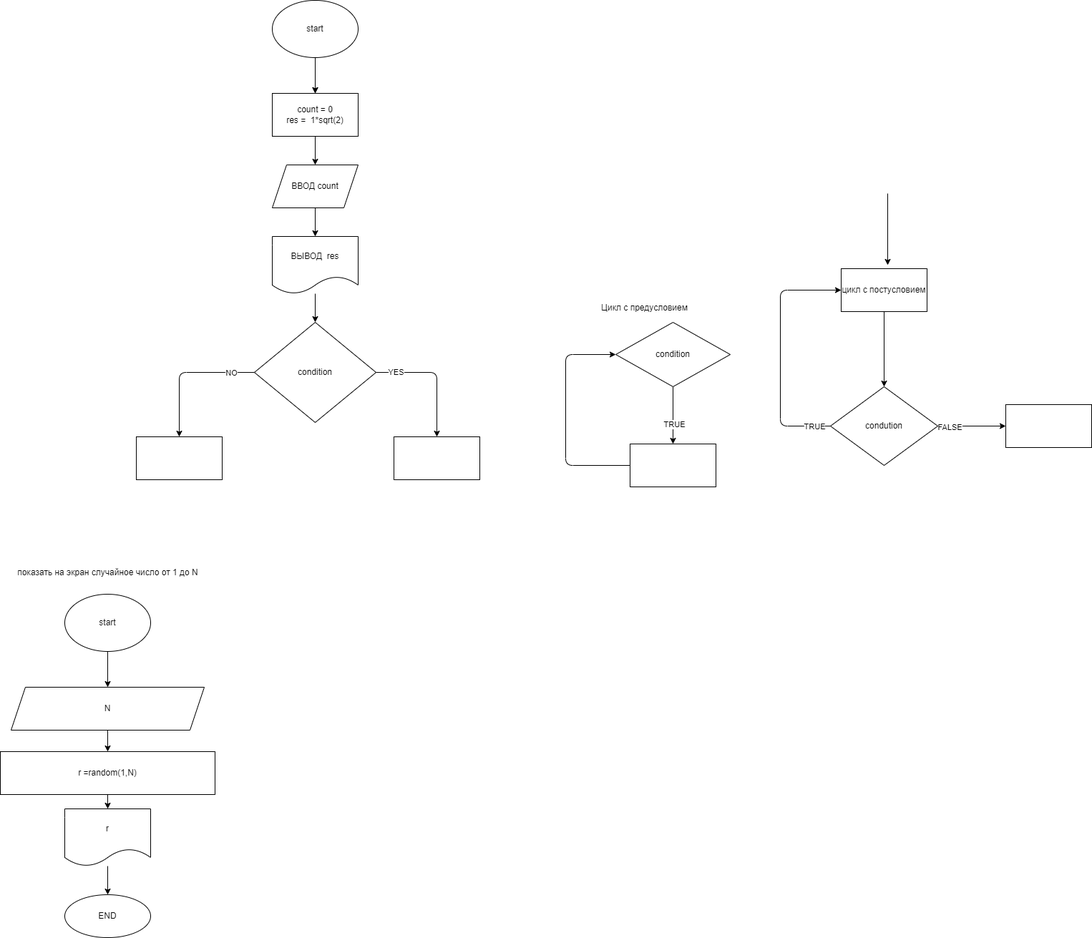
Before: practice_temp/ex001.drawio.png, a diagram exported from draw.io (Gulshat87/c-_practice). Source tidied: cells renumbered, new cells last; positions are measured from the earlier drawing's top-left corner, leaving out a move shared by most shapes.
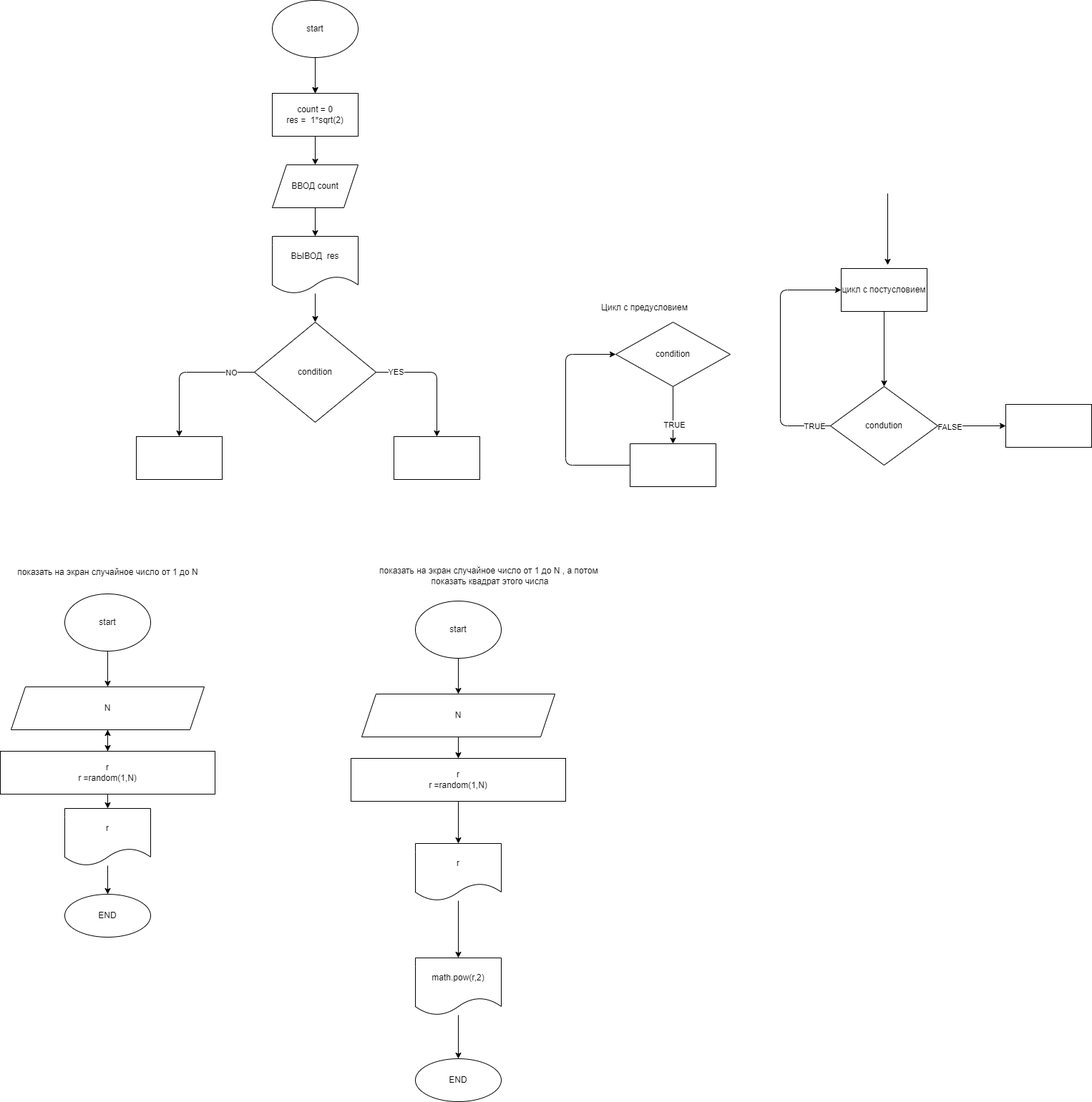
The same file after the commit.

Diff of the diagram source:
```diff
@@ -136,7 +136,10 @@
     <mxCell id="38" style="edgeStyle=none;html=1;" parent="1" edge="1" source="39" target="41">
       <mxGeometry relative="1" as="geometry" />
     </mxCell>
+    <mxCell id="43" style="edgeStyle=none;html=1;" parent="1" edge="1" source="39" target="37">
+      <mxGeometry relative="1" as="geometry" />
+    </mxCell>
-    <mxCell id="39" value="r =random(1,N)" style="whiteSpace=wrap;html=1;" parent="1" vertex="1">
+    <mxCell id="39" value="r&lt;br&gt;r =random(1,N)" style="whiteSpace=wrap;html=1;" parent="1" vertex="1">
       <mxGeometry y="1050" width="300" height="60" as="geometry" />
     </mxCell>
     <mxCell id="40" style="edgeStyle=none;html=1;" parent="1" edge="1" source="41" target="42">
@@ -148,5 +151,43 @@
     <mxCell id="42" value="END" style="ellipse;whiteSpace=wrap;html=1;" parent="1" vertex="1">
       <mxGeometry x="90" y="1250" width="120" height="60" as="geometry" />
     </mxCell>
+    <mxCell id="44" value="показать на экран случайное число от 1 до N , а потом&amp;nbsp;&lt;br&gt;показать квадрат этого числа&lt;br&gt;" style="text;html=1;align=center;verticalAlign=middle;strokeColor=none;fillColor=none;" parent="1" vertex="1">
+      <mxGeometry x="524" y="790" width="320" height="30" as="geometry" />
+    </mxCell>
+    <mxCell id="45" style="edgeStyle=none;html=1;" parent="1" edge="1" target="47">
+      <mxGeometry relative="1" as="geometry">
+        <mxPoint x="640" y="920" as="sourcePoint" />
+      </mxGeometry>
+    </mxCell>
+    <mxCell id="46" style="edgeStyle=none;html=1;" parent="1" edge="1" source="47" target="49">
+      <mxGeometry relative="1" as="geometry" />
+    </mxCell>
+    <mxCell id="47" value="N" style="shape=parallelogram;perimeter=parallelogramPerimeter;whiteSpace=wrap;html=1;fixedSize=1;" parent="1" vertex="1">
+      <mxGeometry x="505" y="970" width="270" height="60" as="geometry" />
+    </mxCell>
+    <mxCell id="48" style="edgeStyle=none;html=1;exitX=0.5;exitY=1;exitDx=0;exitDy=0;" parent="1" edge="1" source="49" target="51">
+      <mxGeometry relative="1" as="geometry" />
+    </mxCell>
+    <mxCell id="49" value="r&lt;br&gt;r =random(1,N)" style="whiteSpace=wrap;html=1;" parent="1" vertex="1">
+      <mxGeometry x="490" y="1060" width="300" height="60" as="geometry" />
+    </mxCell>
+    <mxCell id="50" style="edgeStyle=none;html=1;" parent="1" edge="1" source="51" target="55">
+      <mxGeometry relative="1" as="geometry" />
+    </mxCell>
+    <mxCell id="51" value="r" style="shape=document;whiteSpace=wrap;html=1;boundedLbl=1;" parent="1" vertex="1">
+      <mxGeometry x="580" y="1179" width="120" height="80" as="geometry" />
+    </mxCell>
+    <mxCell id="52" value="END" style="ellipse;whiteSpace=wrap;html=1;" parent="1" vertex="1">
+      <mxGeometry x="580" y="1480" width="120" height="60" as="geometry" />
+    </mxCell>
+    <mxCell id="53" value="start" style="ellipse;whiteSpace=wrap;html=1;" parent="1" vertex="1">
+      <mxGeometry x="580" y="840" width="120" height="80" as="geometry" />
+    </mxCell>
+    <mxCell id="54" style="edgeStyle=none;html=1;" parent="1" edge="1" source="55" target="52">
+      <mxGeometry relative="1" as="geometry" />
+    </mxCell>
+    <mxCell id="55" value="math.pow(r,2)" style="shape=document;whiteSpace=wrap;html=1;boundedLbl=1;" parent="1" vertex="1">
+      <mxGeometry x="580" y="1339" width="120" height="80" as="geometry" />
+    </mxCell>
   </root>
 </mxGraphModel>
```
